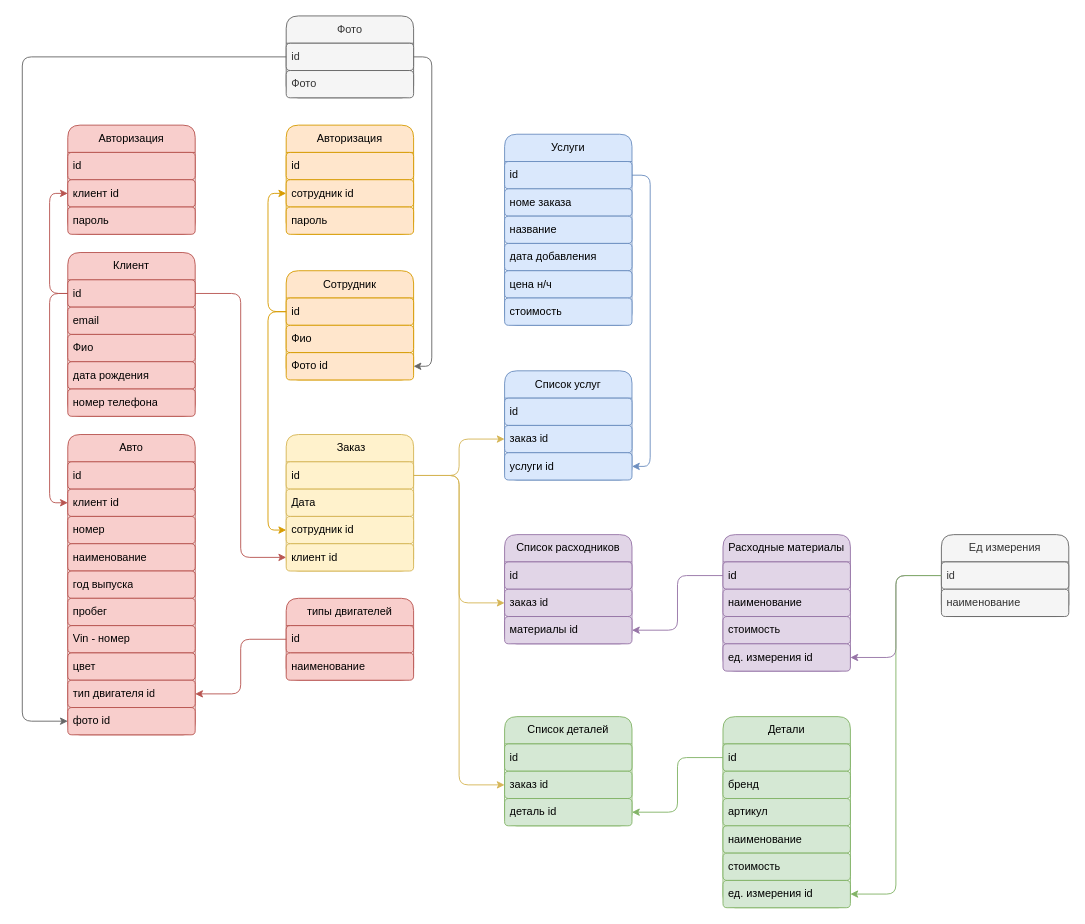
Earlier version of the draw.io diagram Schemes/Логическая модель БД.drawio (Citizen-code/CourseWork). Source tidied: cells renumbered, new cells numbered last; positions are measured from the earlier drawing's top-left corner, leaving out a move shared by most shapes. Both pictures are drawn from the tidied source at 91%, with x=0, y=0 at pixel (22, 15).
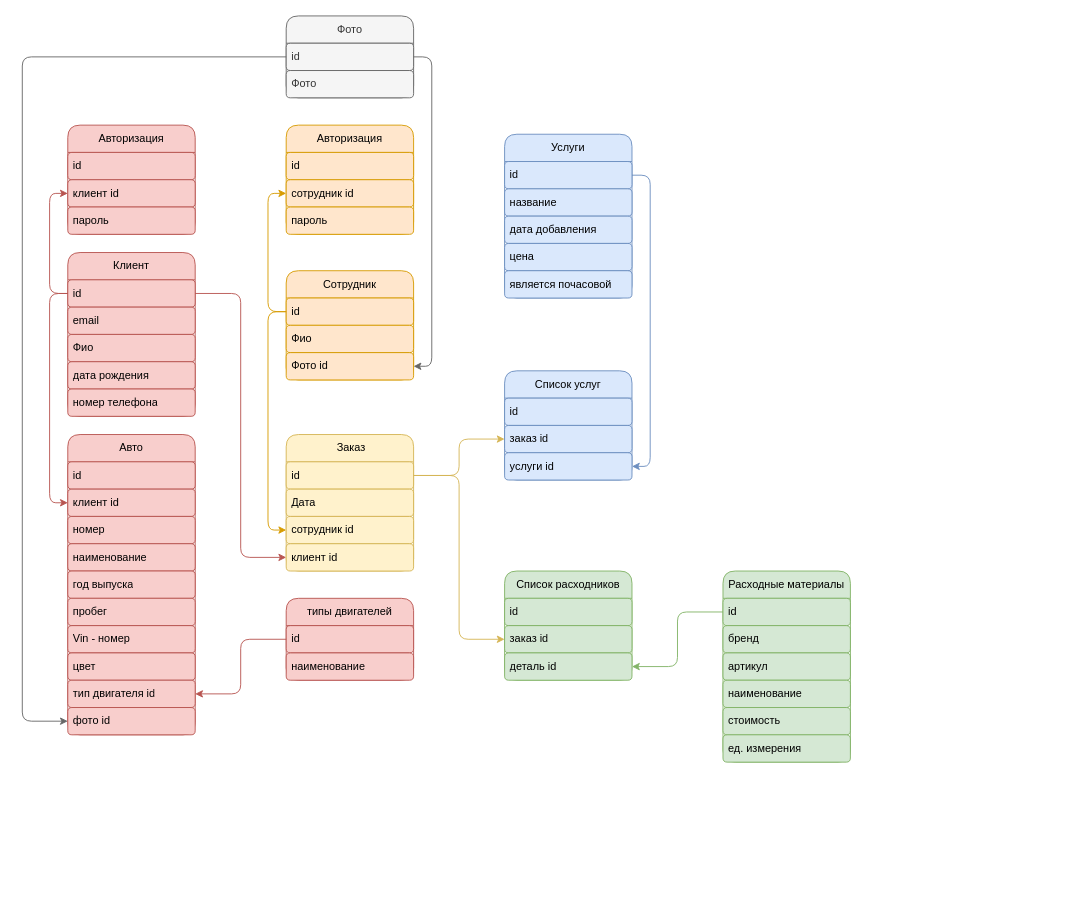
The same diagram, later.

Unchanged cells that the change refers to:
```xml
<mxCell id="28" value="id" style="text;strokeColor=#d6b656;fillColor=#fff2cc;align=left;verticalAlign=middle;spacingLeft=4;spacingRight=4;overflow=hidden;points=[[0,0.5],[1,0.5]];portConstraint=eastwest;whiteSpace=wrap;html=1;shadow=0;rounded=1;" parent="27" vertex="1">
  <mxGeometry y="30" width="140" height="30" as="geometry" />
</mxCell>
<mxCell id="77" value="заказ id" style="text;strokeColor=#82b366;fillColor=#d5e8d4;align=left;verticalAlign=middle;spacingLeft=4;spacingRight=4;overflow=hidden;points=[[0,0.5],[1,0.5]];portConstraint=eastwest;whiteSpace=wrap;html=1;shadow=0;rounded=1;" parent="75" vertex="1">
  <mxGeometry y="60" width="140" height="30" as="geometry" />
</mxCell>
```

What changed in the source:
```diff
@@
     <mxCell id="32" value="Услуги" style="swimlane;fontStyle=0;horizontal=1;startSize=30;whiteSpace=wrap;html=1;fillColor=#dae8fc;strokeColor=#6c8ebf;shadow=0;rounded=1;" parent="1" vertex="1">
-      <mxGeometry x="530" y="130" width="140" height="210" as="geometry" />
+      <mxGeometry x="530" y="130" width="140" height="180" as="geometry" />
     </mxCell>
@@
-    <mxCell id="34" value="номе заказа" style="text;strokeColor=#6c8ebf;fillColor=#dae8fc;align=left;verticalAlign=middle;spacingLeft=4;spacingRight=4;overflow=hidden;whiteSpace=wrap;html=1;shadow=0;rounded=1;" parent="32" vertex="1">
-      <mxGeometry y="60" width="140" height="30" as="geometry" />
-    </mxCell>
     <mxCell id="35" value="название" style="text;strokeColor=#6c8ebf;fillColor=#dae8fc;align=left;verticalAlign=middle;spacingLeft=4;spacingRight=4;overflow=hidden;whiteSpace=wrap;html=1;shadow=0;rounded=1;" parent="32" vertex="1">
-      <mxGeometry y="90" width="140" height="30" as="geometry" />
+      <mxGeometry y="60" width="140" height="30" as="geometry" />
     </mxCell>
     <mxCell id="36" value="дата добавления" style="text;strokeColor=#6c8ebf;fillColor=#dae8fc;align=left;verticalAlign=middle;spacingLeft=4;spacingRight=4;overflow=hidden;whiteSpace=wrap;html=1;shadow=0;rounded=1;" parent="32" vertex="1">
-      <mxGeometry y="120" width="140" height="30" as="geometry" />
+      <mxGeometry y="90" width="140" height="30" as="geometry" />
     </mxCell>
-    <mxCell id="37" value="цена н/ч" style="text;strokeColor=#6c8ebf;fillColor=#dae8fc;align=left;verticalAlign=middle;spacingLeft=4;spacingRight=4;overflow=hidden;whiteSpace=wrap;html=1;shadow=0;rounded=1;" parent="32" vertex="1">
-      <mxGeometry y="150" width="140" height="30" as="geometry" />
+    <mxCell id="37" value="цена" style="text;strokeColor=#6c8ebf;fillColor=#dae8fc;align=left;verticalAlign=middle;spacingLeft=4;spacingRight=4;overflow=hidden;whiteSpace=wrap;html=1;shadow=0;rounded=1;" parent="32" vertex="1">
+      <mxGeometry y="120" width="140" height="30" as="geometry" />
     </mxCell>
-    <mxCell id="38" value="стоимость" style="text;strokeColor=#6c8ebf;fillColor=#dae8fc;align=left;verticalAlign=middle;spacingLeft=4;spacingRight=4;overflow=hidden;whiteSpace=wrap;html=1;shadow=0;rounded=1;" parent="32" vertex="1">
-      <mxGeometry y="180" width="140" height="30" as="geometry" />
+    <mxCell id="38" value="является почасовой" style="text;strokeColor=#6c8ebf;fillColor=#dae8fc;align=left;verticalAlign=middle;spacingLeft=4;spacingRight=4;overflow=hidden;whiteSpace=wrap;html=1;shadow=0;rounded=1;" parent="32" vertex="1">
+      <mxGeometry y="150" width="140" height="30" as="geometry" />
     </mxCell>
@@
-    <mxCell id="54" value="Расходные материалы" style="swimlane;fontStyle=0;horizontal=1;startSize=30;whiteSpace=wrap;html=1;fillColor=#e1d5e7;strokeColor=#9673a6;shadow=0;rounded=1;" parent="1" vertex="1">
-      <mxGeometry x="770" y="570" width="140" height="150" as="geometry" />
-    </mxCell>
-    <mxCell id="55" value="id" style="text;strokeColor=#9673a6;fillColor=#e1d5e7;align=left;verticalAlign=middle;spacingLeft=4;spacingRight=4;overflow=hidden;points=[[0,0.5],[1,0.5]];portConstraint=eastwest;whiteSpace=wrap;html=1;shadow=0;rounded=1;" parent="54" vertex="1">
-      <mxGeometry y="30" width="140" height="30" as="geometry" />
-    </mxCell>
-    <mxCell id="56" value="наименование" style="text;strokeColor=#9673a6;fillColor=#e1d5e7;align=left;verticalAlign=middle;spacingLeft=4;spacingRight=4;overflow=hidden;whiteSpace=wrap;html=1;shadow=0;rounded=1;" parent="54" vertex="1">
-      <mxGeometry y="60" width="140" height="30" as="geometry" />
-    </mxCell>
-    <mxCell id="57" value="стоимость" style="text;strokeColor=#9673a6;fillColor=#e1d5e7;align=left;verticalAlign=middle;spacingLeft=4;spacingRight=4;overflow=hidden;whiteSpace=wrap;html=1;shadow=0;rounded=1;" parent="54" vertex="1">
-      <mxGeometry y="90" width="140" height="30" as="geometry" />
-    </mxCell>
-    <mxCell id="58" value="ед. измерения id" style="text;strokeColor=#9673a6;fillColor=#e1d5e7;align=left;verticalAlign=middle;spacingLeft=4;spacingRight=4;overflow=hidden;points=[[0,0.5],[1,0.5]];portConstraint=eastwest;whiteSpace=wrap;html=1;shadow=0;rounded=1;" parent="54" vertex="1">
-      <mxGeometry y="120" width="140" height="30" as="geometry" />
-    </mxCell>
@@
-    <mxCell id="63" value="Список расходников" style="swimlane;fontStyle=0;horizontal=1;startSize=30;whiteSpace=wrap;html=1;fillColor=#e1d5e7;strokeColor=#9673a6;shadow=0;rounded=1;" parent="1" vertex="1">
-      <mxGeometry x="530" y="570" width="140" height="120" as="geometry" />
-    </mxCell>
-    <mxCell id="64" value="id" style="text;strokeColor=#9673a6;fillColor=#e1d5e7;align=left;verticalAlign=middle;spacingLeft=4;spacingRight=4;overflow=hidden;whiteSpace=wrap;html=1;shadow=0;rounded=1;" parent="63" vertex="1">
-      <mxGeometry y="30" width="140" height="30" as="geometry" />
-    </mxCell>
-    <mxCell id="65" value="заказ id" style="text;strokeColor=#9673a6;fillColor=#e1d5e7;align=left;verticalAlign=middle;spacingLeft=4;spacingRight=4;overflow=hidden;points=[[0,0.5],[1,0.5]];portConstraint=eastwest;whiteSpace=wrap;html=1;shadow=0;rounded=1;" parent="63" vertex="1">
-      <mxGeometry y="60" width="140" height="30" as="geometry" />
-    </mxCell>
-    <mxCell id="66" value="материалы id" style="text;strokeColor=#9673a6;fillColor=#e1d5e7;align=left;verticalAlign=middle;spacingLeft=4;spacingRight=4;overflow=hidden;points=[[0,0.5],[1,0.5]];portConstraint=eastwest;whiteSpace=wrap;html=1;shadow=0;rounded=1;" parent="63" vertex="1">
-      <mxGeometry y="90" width="140" height="30" as="geometry" />
-    </mxCell>
-    <mxCell id="67" style="edgeStyle=orthogonalEdgeStyle;rounded=1;jettySize=auto;html=1;exitX=1;exitY=0.5;exitDx=0;exitDy=0;entryX=0;entryY=0.5;entryDx=0;entryDy=0;fillColor=#fff2cc;strokeColor=#d6b656;shadow=0;" parent="1" edge="1" source="28" target="65">
-      <mxGeometry relative="1" as="geometry" />
-    </mxCell>
-    <mxCell id="68" value="Детали" style="swimlane;fontStyle=0;horizontal=1;startSize=30;whiteSpace=wrap;html=1;fillColor=#d5e8d4;strokeColor=#82b366;shadow=0;rounded=1;" parent="1" vertex="1">
-      <mxGeometry x="770" y="770" width="140" height="210" as="geometry" />
+    <mxCell id="68" value="Расходные материалы" style="swimlane;fontStyle=0;horizontal=1;startSize=30;whiteSpace=wrap;html=1;fillColor=#d5e8d4;strokeColor=#82b366;shadow=0;rounded=1;" parent="1" vertex="1">
+      <mxGeometry x="770" y="610" width="140" height="210" as="geometry" />
     </mxCell>
@@
-    <mxCell id="74" value="ед. измерения id" style="text;strokeColor=#82b366;fillColor=#d5e8d4;align=left;verticalAlign=middle;spacingLeft=4;spacingRight=4;overflow=hidden;points=[[0,0.5],[1,0.5]];portConstraint=eastwest;whiteSpace=wrap;html=1;shadow=0;rounded=1;" parent="68" vertex="1">
+    <mxCell id="74" value="ед. измерения" style="text;strokeColor=#82b366;fillColor=#d5e8d4;align=left;verticalAlign=middle;spacingLeft=4;spacingRight=4;overflow=hidden;points=[[0,0.5],[1,0.5]];portConstraint=eastwest;whiteSpace=wrap;html=1;shadow=0;rounded=1;" parent="68" vertex="1">
       <mxGeometry y="180" width="140" height="30" as="geometry" />
     </mxCell>
-    <mxCell id="75" value="Список деталей" style="swimlane;fontStyle=0;horizontal=1;startSize=30;whiteSpace=wrap;html=1;fillColor=#d5e8d4;strokeColor=#82b366;shadow=0;rounded=1;" parent="1" vertex="1">
-      <mxGeometry x="530" y="770" width="140" height="120" as="geometry" />
+    <mxCell id="75" value="Список расходников" style="swimlane;fontStyle=0;horizontal=1;startSize=30;whiteSpace=wrap;html=1;fillColor=#d5e8d4;strokeColor=#82b366;shadow=0;rounded=1;" parent="1" vertex="1">
+      <mxGeometry x="530" y="610" width="140" height="120" as="geometry" />
     </mxCell>
@@
-    <mxCell id="79" style="edgeStyle=orthogonalEdgeStyle;rounded=1;jettySize=auto;html=1;exitX=0;exitY=0.5;exitDx=0;exitDy=0;entryX=1;entryY=0.5;entryDx=0;entryDy=0;fillColor=#e1d5e7;strokeColor=#9673a6;shadow=0;" parent="1" edge="1" source="55" target="66">
-      <mxGeometry relative="1" as="geometry" />
+    <mxCell id="79" style="edgeStyle=orthogonalEdgeStyle;rounded=1;orthogonalLoop=1;jettySize=auto;html=1;exitX=0;exitY=0.5;exitDx=0;exitDy=0;entryX=1;entryY=0.5;entryDx=0;entryDy=0;fillColor=#e1d5e7;strokeColor=#9673a6;shadow=0;" parent="1" edge="1">
+      <mxGeometry relative="1" as="geometry">
+        <mxPoint x="670" y="675" as="targetPoint" />
+      </mxGeometry>
     </mxCell>
@@
     <mxCell id="81" style="edgeStyle=orthogonalEdgeStyle;rounded=1;jettySize=auto;html=1;exitX=1;exitY=0.5;exitDx=0;exitDy=0;entryX=0;entryY=0.5;entryDx=0;entryDy=0;fillColor=#fff2cc;strokeColor=#d6b656;shadow=0;" parent="1" edge="1" source="28" target="77">
       <mxGeometry relative="1" as="geometry">
         <Array as="points">
           <mxPoint x="480" y="505" />
-          <mxPoint x="480" y="845" />
+          <mxPoint x="480" y="685" />
         </Array>
       </mxGeometry>
     </mxCell>
-    <mxCell id="82" value="Ед измерения" style="swimlane;fontStyle=0;horizontal=1;startSize=30;whiteSpace=wrap;html=1;fillColor=#f5f5f5;fontColor=#333333;strokeColor=#666666;shadow=0;rounded=1;" parent="1" vertex="1">
-      <mxGeometry x="1010" y="570" width="140" height="90" as="geometry" />
-    </mxCell>
-    <mxCell id="83" value="id" style="text;strokeColor=#666666;fillColor=#f5f5f5;align=left;verticalAlign=middle;spacingLeft=4;spacingRight=4;overflow=hidden;points=[[0,0.5],[1,0.5]];portConstraint=eastwest;whiteSpace=wrap;html=1;fontColor=#333333;shadow=0;rounded=1;" parent="82" vertex="1">
-      <mxGeometry y="30" width="140" height="30" as="geometry" />
-    </mxCell>
-    <mxCell id="84" value="наименование" style="text;strokeColor=#666666;fillColor=#f5f5f5;align=left;verticalAlign=middle;spacingLeft=4;spacingRight=4;overflow=hidden;whiteSpace=wrap;html=1;fontColor=#333333;shadow=0;rounded=1;" parent="82" vertex="1">
-      <mxGeometry y="60" width="140" height="30" as="geometry" />
-    </mxCell>
-    <mxCell id="85" style="edgeStyle=orthogonalEdgeStyle;rounded=1;jettySize=auto;html=1;exitX=0;exitY=0.5;exitDx=0;exitDy=0;entryX=1;entryY=0.5;entryDx=0;entryDy=0;fillColor=#e1d5e7;strokeColor=#9673a6;shadow=0;" parent="1" edge="1" source="83" target="58">
-      <mxGeometry relative="1" as="geometry" />
-    </mxCell>
-    <mxCell id="86" style="edgeStyle=orthogonalEdgeStyle;rounded=1;jettySize=auto;html=1;exitX=0;exitY=0.5;exitDx=0;exitDy=0;entryX=1;entryY=0.5;entryDx=0;entryDy=0;fillColor=#d5e8d4;strokeColor=#82b366;shadow=0;" parent="1" edge="1" source="83" target="74">
-      <mxGeometry relative="1" as="geometry" />
-    </mxCell>
```
